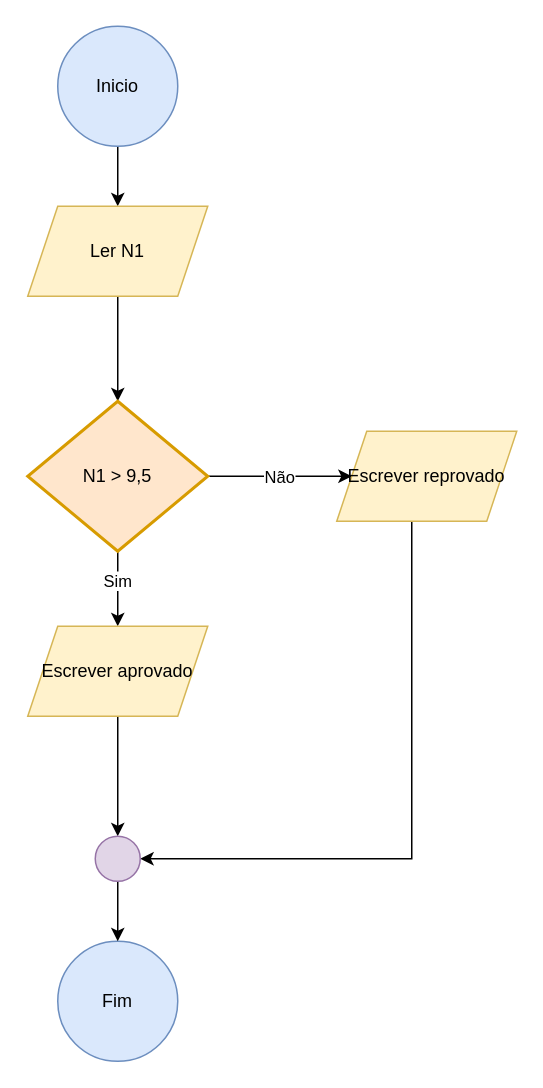
This is Fluxograma3.drawio from Kinner25/Fluxogramas, a draw.io file, before an edit. Source tidied: cells renumbered, new cells numbered last; positions are measured from the earlier drawing's top-left corner, leaving out a move shared by most shapes. Both pictures are drawn from the tidied source at 150%, with x=0, y=0 at pixel (27, 26).
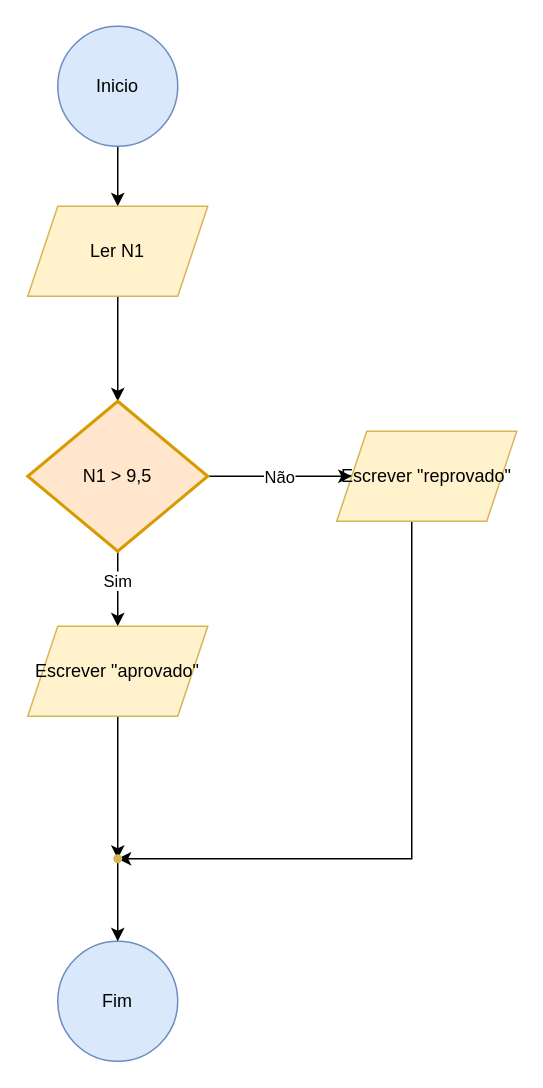
After the change.

Diff of the diagram source:
```diff
@@
 <mxGraphModel>
   <root>
     <mxCell id="0" />
     <mxCell id="1" parent="0" />
     <mxCell id="2" style="edgeStyle=orthogonalEdgeStyle;rounded=0;jettySize=auto;html=1;" parent="1" edge="1" source="3" target="6">
       <mxGeometry relative="1" as="geometry" />
     </mxCell>
     <mxCell id="3" value="Inicio" style="ellipse;whiteSpace=wrap;html=1;shapeInside=1;fillColor=#dae8fc;strokeColor=#6c8ebf;" parent="1" vertex="1">
       <mxGeometry x="20" width="80" height="80" as="geometry" />
     </mxCell>
     <mxCell id="4" value="Fim" style="ellipse;whiteSpace=wrap;html=1;shapeInside=1;fillColor=#dae8fc;strokeColor=#6c8ebf;" parent="1" vertex="1">
       <mxGeometry x="20" y="610" width="80" height="80" as="geometry" />
     </mxCell>
     <mxCell id="5" style="edgeStyle=orthogonalEdgeStyle;rounded=0;jettySize=auto;html=1;" parent="1" edge="1" source="6" target="11">
       <mxGeometry relative="1" as="geometry" />
     </mxCell>
     <mxCell id="6" value="Ler N1" style="shape=parallelogram;perimeter=parallelogramPerimeter;whiteSpace=wrap;html=1;shapeInside=1;fixedSize=1;fillColor=#fff2cc;strokeColor=#d6b656;" parent="1" vertex="1">
       <mxGeometry y="120" width="120" height="60" as="geometry" />
     </mxCell>
     <mxCell id="7" style="edgeStyle=orthogonalEdgeStyle;rounded=0;jettySize=auto;html=1;" parent="1" edge="1" source="11" target="13">
       <mxGeometry relative="1" as="geometry" />
     </mxCell>
     <mxCell id="8" value="Sim" style="edgeLabel;html=1;align=center;verticalAlign=middle;" parent="7" vertex="1">
       <mxGeometry x="-0.24" y="-1" relative="1" as="geometry" />
     </mxCell>
     <mxCell id="9" style="edgeStyle=orthogonalEdgeStyle;rounded=0;jettySize=auto;html=1;" parent="1" edge="1" source="11" target="15">
       <mxGeometry relative="1" as="geometry" />
     </mxCell>
     <mxCell id="10" value="Não" style="edgeLabel;html=1;align=center;verticalAlign=middle;" parent="9" vertex="1">
       <mxGeometry x="-0.02" relative="1" as="geometry" />
     </mxCell>
     <mxCell id="11" value="N1 &amp;gt; 9,5" style="strokeWidth=2;html=1;shape=mxgraph.flowchart.decision;whiteSpace=wrap;fillColor=#ffe6cc;strokeColor=#d79b00;" parent="1" vertex="1">
       <mxGeometry y="250" width="120" height="100" as="geometry" />
     </mxCell>
-    <mxCell id="12" style="edgeStyle=orthogonalEdgeStyle;rounded=0;jettySize=auto;html=1;" parent="1" edge="1" source="13" target="17">
+    <mxCell id="12" style="edgeStyle=orthogonalEdgeStyle;rounded=0;jettySize=auto;html=1;entryX=0.6;entryY=0.25;entryDx=0;entryDy=0;entryPerimeter=0;" parent="1" edge="1" source="13" target="19">
       <mxGeometry relative="1" as="geometry" />
     </mxCell>
-    <mxCell id="13" value="Escrever aprovado" style="shape=parallelogram;perimeter=parallelogramPerimeter;whiteSpace=wrap;html=1;shapeInside=1;fixedSize=1;fillColor=#fff2cc;strokeColor=#d6b656;" parent="1" vertex="1">
+    <mxCell id="13" value="Escrever &quot;aprovado&quot;" style="shape=parallelogram;perimeter=parallelogramPerimeter;whiteSpace=wrap;html=1;shapeInside=1;fixedSize=1;fillColor=#fff2cc;strokeColor=#d6b656;" parent="1" vertex="1">
       <mxGeometry y="400" width="120" height="60" as="geometry" />
     </mxCell>
-    <mxCell id="14" style="edgeStyle=orthogonalEdgeStyle;rounded=0;jettySize=auto;html=1;" parent="1" edge="1" source="15" target="17">
-      <mxGeometry relative="1" as="geometry">
-        <Array as="points">
-          <mxPoint x="256" y="555" />
-        </Array>
-      </mxGeometry>
-    </mxCell>
+    <mxCell id="18" style="edgeStyle=orthogonalEdgeStyle;rounded=0;jettySize=auto;html=1;entryX=0.1;entryY=0.7;entryDx=0;entryDy=0;entryPerimeter=0;" parent="1" edge="1" source="15" target="19">
+      <mxGeometry relative="1" as="geometry">
+        <Array as="points">
+          <mxPoint x="256" y="555" />
+        </Array>
+      </mxGeometry>
+    </mxCell>
-    <mxCell id="15" value="Escrever reprovado" style="shape=parallelogram;perimeter=parallelogramPerimeter;whiteSpace=wrap;html=1;shapeInside=1;fixedSize=1;fillColor=#fff2cc;strokeColor=#d6b656;" parent="1" vertex="1">
+    <mxCell id="15" value="Escrever &quot;reprovado&quot;" style="shape=parallelogram;perimeter=parallelogramPerimeter;whiteSpace=wrap;html=1;shapeInside=1;fixedSize=1;fillColor=#fff2cc;strokeColor=#d6b656;" parent="1" vertex="1">
       <mxGeometry x="206" y="270" width="120" height="60" as="geometry" />
     </mxCell>
-    <mxCell id="16" style="edgeStyle=orthogonalEdgeStyle;rounded=0;jettySize=auto;html=1;" parent="1" edge="1" source="17" target="4">
+    <mxCell id="16" style="edgeStyle=orthogonalEdgeStyle;rounded=0;jettySize=auto;html=1;exitX=0.45;exitY=0.75;exitDx=0;exitDy=0;exitPerimeter=0;" parent="1" edge="1" source="19" target="4">
       <mxGeometry relative="1" as="geometry" />
     </mxCell>
-    <mxCell id="17" style="ellipse;whiteSpace=wrap;html=1;shapeInside=1;fillColor=#e1d5e7;strokeColor=#9673a6;" parent="1" vertex="1">
-      <mxGeometry x="45" y="540" width="30" height="30" as="geometry" />
-    </mxCell>
+    <mxCell id="19" style="shape=waypoint;sketch=0;size=6;points=[];fillColor=#fff2cc;perimeter=centerPerimeter;snapToPoint=1;strokeColor=#d6b656;" parent="1" vertex="1">
+      <mxGeometry x="50" y="545" width="20" height="20" as="geometry" />
+    </mxCell>
   </root>
 </mxGraphModel>
```
